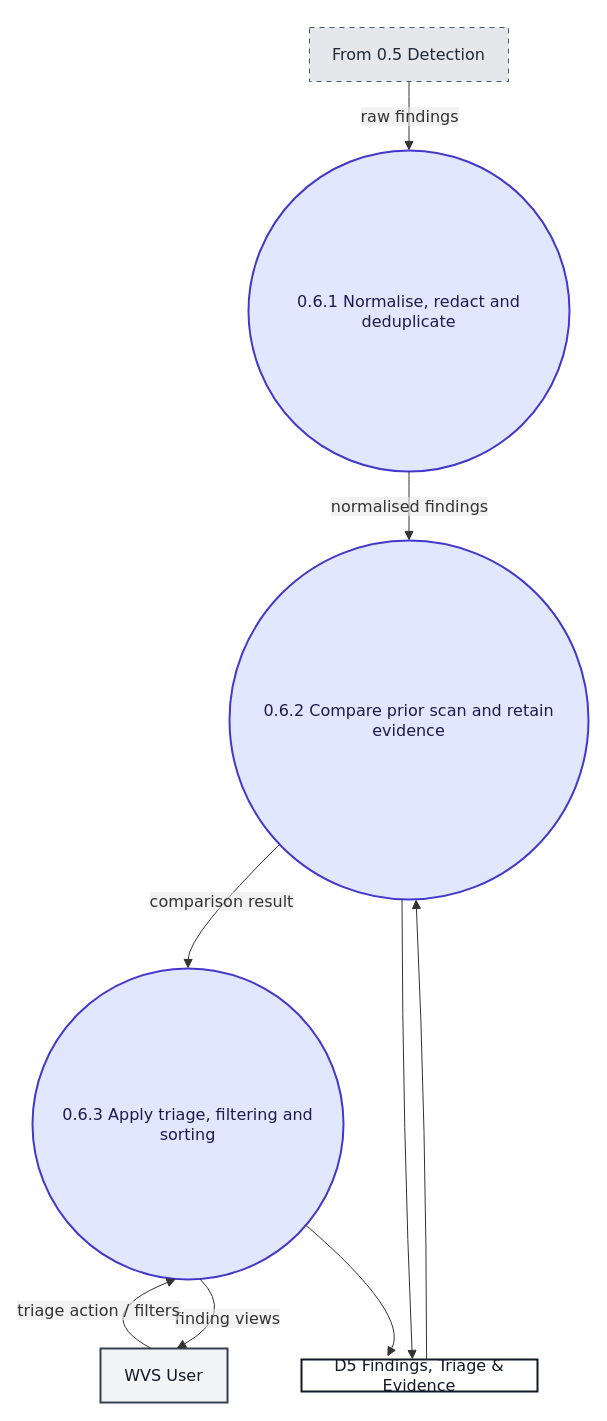
The draw.io diagram docs/mermaid/f.6.drawio in ksacheth/software-engineering, before the edit. Source tidied: cells renumbered, new cells numbered last; positions are measured from the earlier drawing's top-left corner, leaving out a move shared by most shapes. Both pictures are drawn from the tidied source at 100%, with x=0, y=0 at pixel (22, 17).
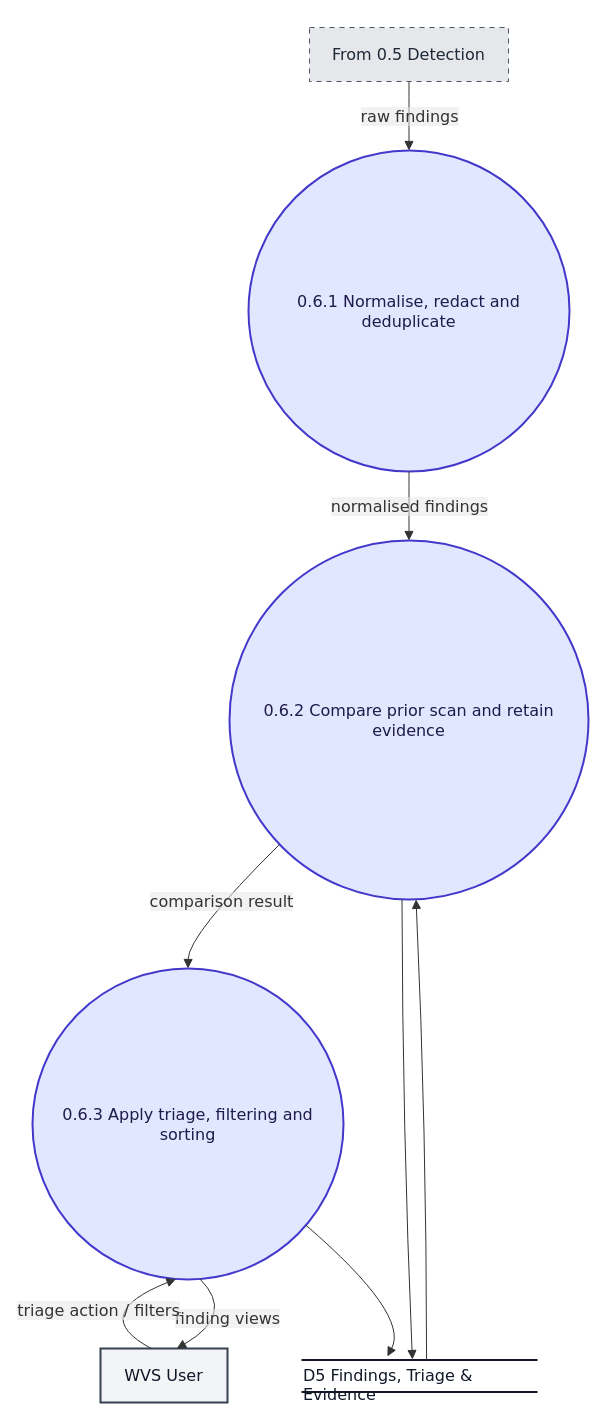
After the change.

The change refers to these unchanged cells:
```xml
<mxCell id="2" style="group;transparentBounds=1;editIcon=1;lockedGroup=0;groupPadding=10;" parent="1" vertex="1">
  <mxGeometry as="geometry" />
</mxCell>
```

Change to the diagram source:
```diff
@@
-    <mxCell id="8" value="D5 Findings, Triage &amp; Evidence" style="html=1;whiteSpace=wrap;strokeWidth=2;fillColor=none;strokeColor=#111827;fontColor=#111827;fontFamily=Trebuchet MS,Verdana,Arial,sans-serif;fontSize=16;" parent="2" vertex="1">
+    <mxCell id="8" value="D5 Findings, Triage &amp; Evidence" style="text;html=1;whiteSpace=wrap;strokeColor=none;fillColor=none;fontColor=#111827;fontFamily=Trebuchet MS,Verdana,Arial,sans-serif;fontSize=16;" parent="2" vertex="1">
       <mxGeometry x="279" y="1342" width="236" height="32" as="geometry" />
     </mxCell>
+    <mxCell id="17" style="shape=line;strokeWidth=2;strokeColor=#111827;fillColor=none;" parent="2" vertex="1">
+      <mxGeometry x="279" y="1342" width="236" height="1" as="geometry" />
+    </mxCell>
+    <mxCell id="18" style="shape=line;strokeWidth=2;strokeColor=#111827;fillColor=none;" parent="2" vertex="1">
+      <mxGeometry x="279" y="1374" width="236" height="1" as="geometry" />
+    </mxCell>
```
